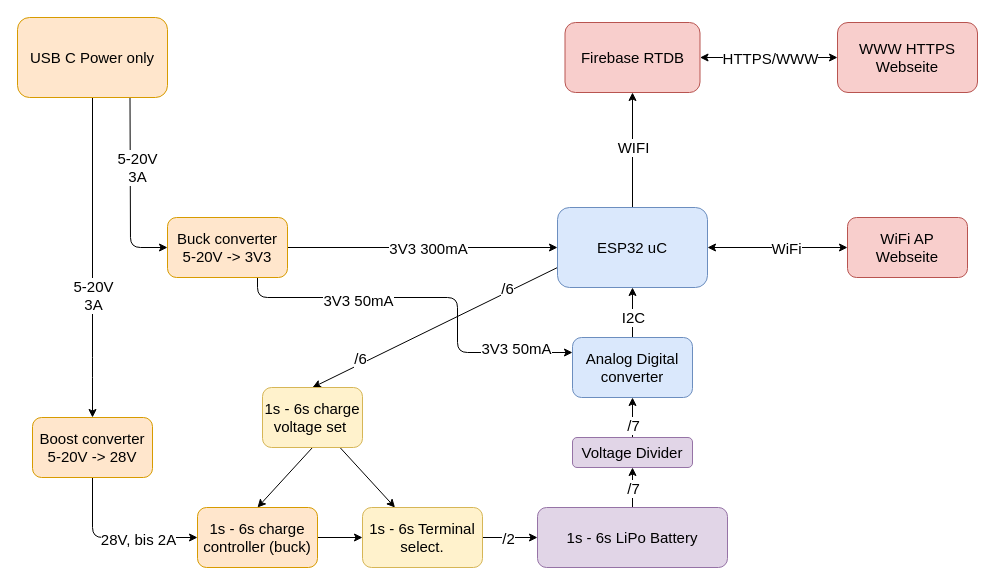
Above: Hardware/img/blockschaltbildV1.drawio in Marek128b/BatteryMagic_monitor (draw.io), before the change. Source tidied: cells renumbered, new cells numbered last; positions are measured from the earlier drawing's top-left corner, leaving out a move shared by most shapes. Both pictures are drawn from the tidied source at 100%, with x=0, y=0 at pixel (17, 17).
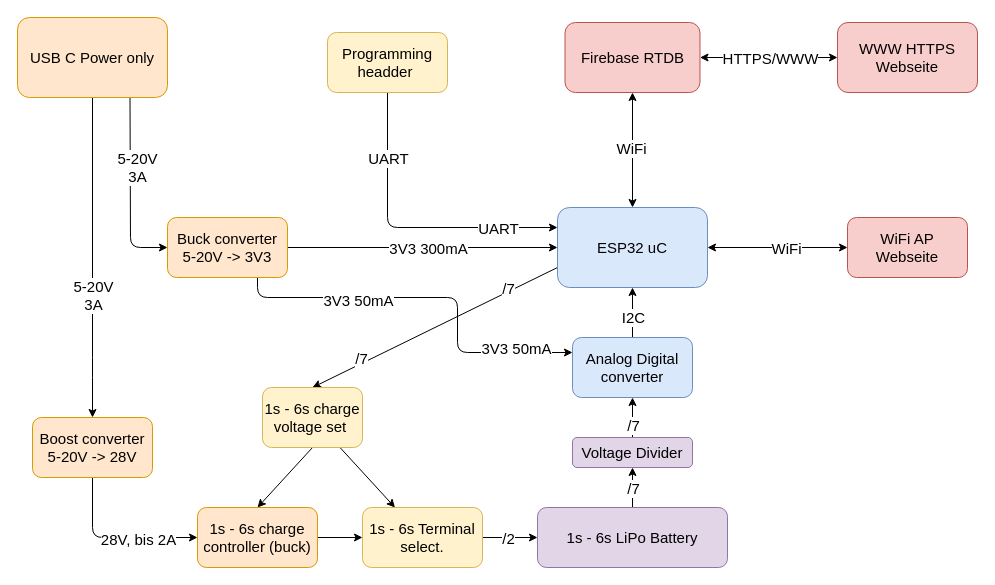
Above is the later version.

Commit message (it also covers changes not shown here):
added programming header with uart

Unchanged cells that the change refers to:
```xml
<mxCell id="9" style="edgeStyle=none;html=1;exitX=0;exitY=0.75;exitDx=0;exitDy=0;entryX=0.5;entryY=0;entryDx=0;entryDy=0;fontSize=15;" parent="1" edge="1" source="12" target="40">
  <mxGeometry relative="1" as="geometry" />
</mxCell>
<mxCell id="12" value="ESP32 uC" style="rounded=1;whiteSpace=wrap;html=1;fontSize=15;fillColor=#dae8fc;strokeColor=#6c8ebf;" parent="1" vertex="1">
  <mxGeometry x="540" y="190" width="150" height="80" as="geometry" />
</mxCell>
<mxCell id="33" value="Firebase RTDB" style="rounded=1;whiteSpace=wrap;html=1;fontSize=15;fillColor=#f8cecc;strokeColor=#b85450;" parent="1" vertex="1">
  <mxGeometry x="547.5" y="5" width="135" height="70" as="geometry" />
</mxCell>
```

What changed in the source:
```diff
@@
-    <mxCell id="7" style="edgeStyle=none;html=1;exitX=0.5;exitY=0;exitDx=0;exitDy=0;fontSize=15;" parent="1" edge="1" source="12" target="33">
-      <mxGeometry relative="1" as="geometry" />
-    </mxCell>
-    <mxCell id="8" value="WIFI" style="edgeLabel;html=1;align=center;verticalAlign=middle;fontSize=15;" parent="7" vertex="1">
-      <mxGeometry x="0.21" y="-1" relative="1" as="geometry">
-        <mxPoint x="-1" y="9" as="offset" />
-      </mxGeometry>
-    </mxCell>
@@
-    <mxCell id="10" value="/6" style="edgeLabel;html=1;align=center;verticalAlign=middle;fontSize=15;" parent="9" vertex="1">
+    <mxCell id="10" value="/7" style="edgeLabel;html=1;align=center;verticalAlign=middle;fontSize=15;" parent="9" vertex="1">
       <mxGeometry x="-0.5" y="-1" relative="1" as="geometry">
-        <mxPoint x="11" y="-9" as="offset" />
+        <mxPoint x="12" y="-9" as="offset" />
       </mxGeometry>
     </mxCell>
-    <mxCell id="11" value="/6" style="edgeLabel;html=1;align=center;verticalAlign=middle;fontSize=15;" parent="9" vertex="1">
+    <mxCell id="11" value="/7" style="edgeLabel;html=1;align=center;verticalAlign=middle;fontSize=15;" parent="9" vertex="1">
       <mxGeometry x="0.67" relative="1" as="geometry">
-        <mxPoint x="7" y="-10" as="offset" />
+        <mxPoint x="8" y="-10" as="offset" />
       </mxGeometry>
     </mxCell>
@@
+    <mxCell id="46" style="edgeStyle=none;html=1;exitX=0.5;exitY=1;exitDx=0;exitDy=0;entryX=0;entryY=0.25;entryDx=0;entryDy=0;fontSize=15;" parent="1" edge="1" source="49" target="12">
+      <mxGeometry relative="1" as="geometry">
+        <Array as="points">
+          <mxPoint x="370" y="210" />
+        </Array>
+      </mxGeometry>
+    </mxCell>
+    <mxCell id="47" value="UART&amp;nbsp;" style="edgeLabel;html=1;align=center;verticalAlign=middle;fontSize=15;" parent="46" vertex="1">
+      <mxGeometry x="-0.69" y="2" relative="1" as="geometry">
+        <mxPoint y="18" as="offset" />
+      </mxGeometry>
+    </mxCell>
+    <mxCell id="48" value="UART" style="edgeLabel;html=1;align=center;verticalAlign=middle;fontSize=15;" parent="46" vertex="1">
+      <mxGeometry x="0.3" y="5" relative="1" as="geometry">
+        <mxPoint x="47" y="5" as="offset" />
+      </mxGeometry>
+    </mxCell>
+    <mxCell id="49" value="Programming headder&amp;nbsp;" style="rounded=1;whiteSpace=wrap;html=1;fontSize=15;fillColor=#fff2cc;strokeColor=#d6b656;" parent="1" vertex="1">
+      <mxGeometry x="310" y="15" width="120" height="60" as="geometry" />
+    </mxCell>
+    <mxCell id="50" style="endArrow=classic;startArrow=classic;html=1;fontSize=15;exitX=0.5;exitY=1;exitDx=0;exitDy=0;entryX=0.5;entryY=0;entryDx=0;entryDy=0;" parent="1" edge="1" source="33" target="12">
+      <mxGeometry relative="1" as="geometry" />
+    </mxCell>
+    <mxCell id="51" value="WiFi" style="edgeLabel;html=1;align=center;verticalAlign=middle;fontSize=15;" parent="50" vertex="1">
+      <mxGeometry x="-0.24" y="-2" relative="1" as="geometry">
+        <mxPoint y="11" as="offset" />
+      </mxGeometry>
+    </mxCell>
```
